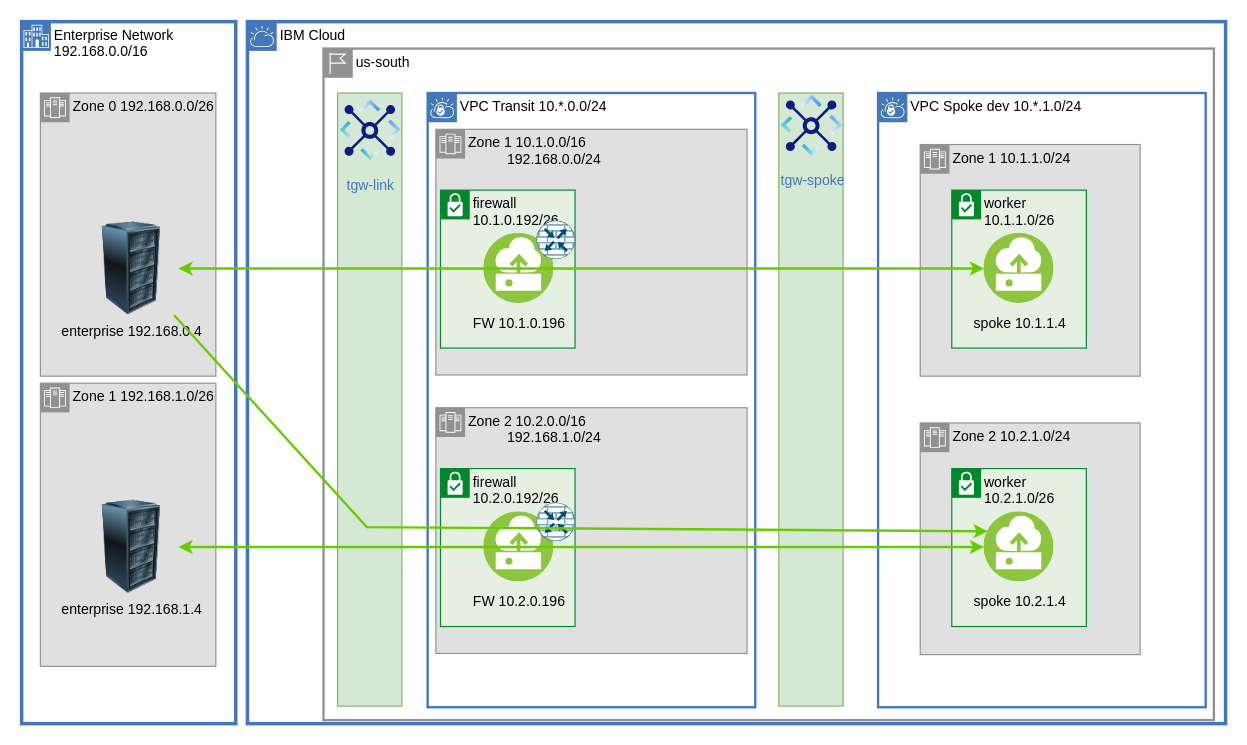
Earlier version of the draw.io diagram page "asymmetric" (8 of 18) of images/vpc-transit.drawio (IBM-Cloud/vpc-transit). Source tidied: cells renumbered, new cells numbered last; positions are measured from the earlier drawing's top-left corner, leaving out a move shared by most shapes. Both pictures are drawn from the tidied source at 117%, with x=0, y=0 at pixel (21, 21).
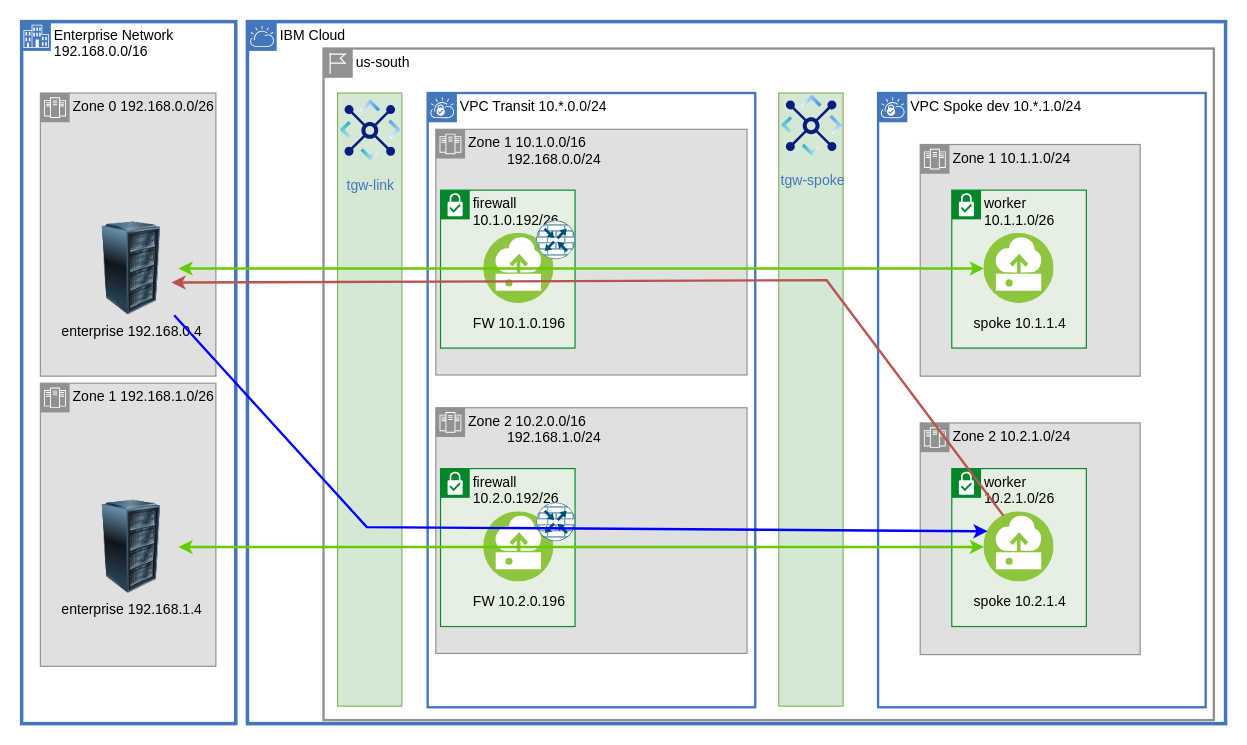
The same diagram, later.

The change refers to these unchanged cells:
```xml
<mxCell id="13" value="enterprise 192.168.0.4" style="image;html=1;image=img/lib/clip_art/computers/Server_Rack_128x128.png;noLabel=0;labelBackgroundColor=none;" parent="1" vertex="1">
  <mxGeometry x="54" y="171" width="80" height="80" as="geometry" />
</mxCell>
<mxCell id="19" value="spoke 10.2.1.4" style="perimeter=ellipsePerimeter;html=1;align=center;shadow=0;dashed=0;fontColor=black;fontSize=12;spacingTop=3;image;image=img/lib/ibm/vpc/Instance.svg;overflow=visible;noLabel=0;labelBackgroundColor=none;" parent="1" vertex="1">
  <mxGeometry x="822.5" y="419" width="60" height="60" as="geometry" />
</mxCell>
```

Change to the diagram source:
```diff
@@
-    <mxCell id="32" parent="0" />
-    <mxCell id="33" style="rounded=0;orthogonalLoop=1;jettySize=auto;html=1;startArrow=none;startFill=1;endArrow=classic;endFill=1;strokeColor=#66CC00;strokeWidth=2;entryX=0;entryY=0.25;entryDx=0;entryDy=0;" parent="32" edge="1">
-      <mxGeometry relative="1" as="geometry">
-        <mxPoint x="130.4" y="251" as="sourcePoint" />
-        <mxPoint x="825.7" y="435.6" as="targetPoint" />
-        <Array as="points">
-          <mxPoint x="295" y="432" />
-        </Array>
-      </mxGeometry>
-    </mxCell>
+    <mxCell id="34" parent="0" />
+    <mxCell id="35" style="rounded=0;jettySize=auto;html=1;startArrow=none;startFill=1;endArrow=classic;endFill=1;strokeColor=#0000FF;strokeWidth=2;entryX=0;entryY=0.25;entryDx=0;entryDy=0;" parent="34" edge="1" source="13" target="19">
+      <mxGeometry relative="1" as="geometry">
+        <Array as="points">
+          <mxPoint x="295" y="432" />
+        </Array>
+      </mxGeometry>
+    </mxCell>
+    <mxCell id="36" style="shape=connector;rounded=0;jettySize=auto;html=1;labelBackgroundColor=default;strokeColor=#b85450;strokeWidth=2;fontFamily=Helvetica;fontSize=11;fontColor=default;startArrow=none;startFill=1;endArrow=classic;endFill=1;fillColor=#f8cecc;exitX=0.25;exitY=0;exitDx=0;exitDy=0;entryX=0.925;entryY=0.65;entryDx=0;entryDy=0;entryPerimeter=0;" parent="34" edge="1" source="19" target="13">
+      <mxGeometry relative="1" as="geometry">
+        <Array as="points">
+          <mxPoint x="688" y="221" />
+        </Array>
+      </mxGeometry>
+    </mxCell>
```
